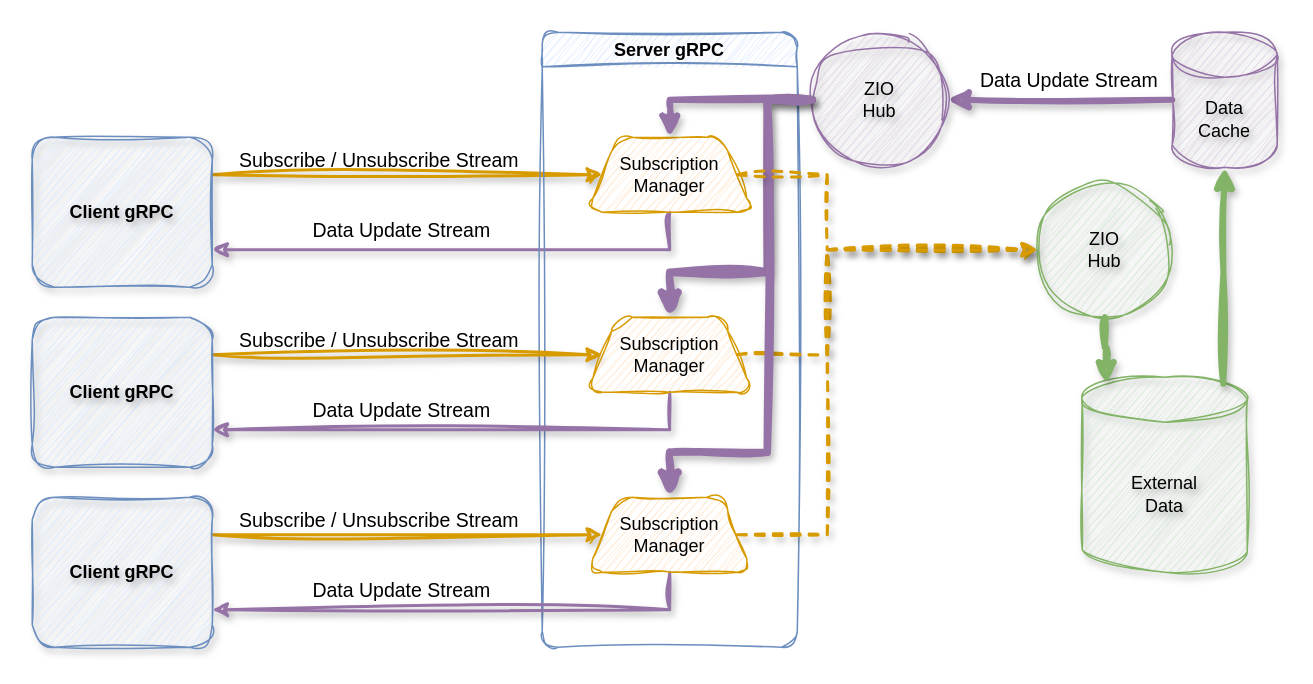
This is assets/images/2024/04/realtime_database.drawio from stevenrskelton/stevenrskelton.github.io, a draw.io file, before an edit. Source tidied: cells renumbered, new cells numbered last; positions are measured from the earlier drawing's top-left corner, leaving out a move shared by most shapes. Both pictures are drawn from the tidied source at 150%, with x=0, y=0 at pixel (32, 32).
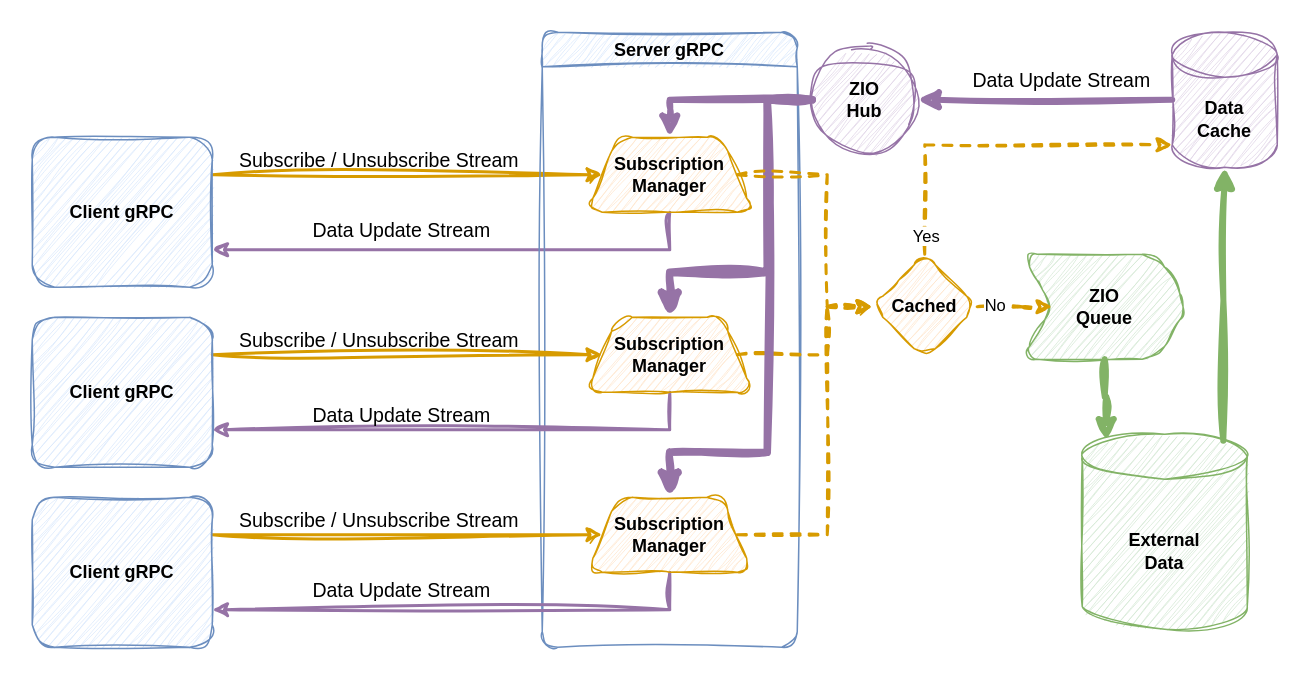
The same diagram, later.

The change refers to these unchanged cells:
```xml
<mxCell id="7" value="Server gRPC" style="swimlane;whiteSpace=wrap;html=1;rounded=1;sketch=1;curveFitting=1;jiggle=2;fillColor=#dae8fc;strokeColor=#6c8ebf;" parent="1" vertex="1">
  <mxGeometry x="340" width="170" height="410" as="geometry" />
</mxCell>
```

What changed in the source:
```diff
@@
-    <mxCell id="2" style="edgeStyle=orthogonalEdgeStyle;rounded=0;jettySize=auto;html=1;exitX=1;exitY=0.25;exitDx=0;exitDy=0;shadow=1;textShadow=1;sketch=1;curveFitting=1;jiggle=2;flowAnimation=0;fillColor=#ffe6cc;strokeColor=#d79b00;strokeWidth=2;entryX=0;entryY=0.5;entryDx=0;entryDy=0;" parent="1" edge="1" source="4" target="8">
+    <mxCell id="2" style="edgeStyle=orthogonalEdgeStyle;rounded=0;jettySize=auto;html=1;exitX=1;exitY=0.25;exitDx=0;exitDy=0;shadow=0;textShadow=0;sketch=1;curveFitting=1;jiggle=2;flowAnimation=0;fillColor=#ffe6cc;strokeColor=#d79b00;strokeWidth=2;entryX=0;entryY=0.5;entryDx=0;entryDy=0;" parent="1" edge="1" source="4" target="8">
       <mxGeometry relative="1" as="geometry" />
     </mxCell>
@@
-    <mxCell id="4" value="Client gRPC" style="rounded=1;whiteSpace=wrap;html=1;sketch=1;curveFitting=1;jiggle=2;shadow=1;textShadow=1;glass=0;fillColor=#dae8fc;strokeColor=#6c8ebf;fontStyle=1;" parent="1" vertex="1">
+    <mxCell id="4" value="Client gRPC" style="rounded=1;whiteSpace=wrap;html=1;sketch=1;curveFitting=1;jiggle=2;shadow=0;textShadow=0;glass=0;fillColor=#dae8fc;strokeColor=#6c8ebf;fontStyle=1;" parent="1" vertex="1">
       <mxGeometry y="70" width="120" height="100" as="geometry" />
     </mxCell>
-    <mxCell id="5" style="edgeStyle=orthogonalEdgeStyle;rounded=0;jettySize=auto;html=1;entryX=1;entryY=0.75;entryDx=0;entryDy=0;shadow=1;textShadow=1;sketch=1;curveFitting=1;jiggle=2;fillColor=#e1d5e7;strokeColor=#9673a6;strokeWidth=2;exitX=0.5;exitY=1;exitDx=0;exitDy=0;" parent="1" edge="1" source="8" target="4">
+    <mxCell id="5" style="edgeStyle=orthogonalEdgeStyle;rounded=0;jettySize=auto;html=1;entryX=1;entryY=0.75;entryDx=0;entryDy=0;shadow=0;textShadow=0;sketch=1;curveFitting=1;jiggle=2;fillColor=#e1d5e7;strokeColor=#9673a6;strokeWidth=2;exitX=0.5;exitY=1;exitDx=0;exitDy=0;" parent="1" edge="1" source="8" target="4">
       <mxGeometry relative="1" as="geometry" />
     </mxCell>
@@
-    <mxCell id="8" value="Subscription&lt;br&gt;Manager" style="shape=trapezoid;perimeter=trapezoidPerimeter;whiteSpace=wrap;html=1;fixedSize=1;fillColor=#ffe6cc;strokeColor=#d79b00;rounded=1;sketch=1;curveFitting=1;jiggle=2;" parent="7" vertex="1">
+    <mxCell id="8" value="Subscription&lt;br&gt;Manager" style="shape=trapezoid;perimeter=trapezoidPerimeter;whiteSpace=wrap;html=1;fixedSize=1;fillColor=#ffe6cc;strokeColor=#d79b00;rounded=1;sketch=1;curveFitting=1;jiggle=2;shadow=0;textShadow=0;fontStyle=1;" parent="7" vertex="1">
       <mxGeometry x="30" y="70" width="110" height="50" as="geometry" />
     </mxCell>
-    <mxCell id="9" style="edgeStyle=orthogonalEdgeStyle;rounded=0;jettySize=auto;html=1;exitX=0;exitY=0.5;exitDx=0;exitDy=0;exitPerimeter=0;entryX=1;entryY=0.5;entryDx=0;entryDy=0;sketch=1;curveFitting=1;jiggle=2;shadow=1;textShadow=1;fillColor=#e1d5e7;strokeColor=#9673a6;strokeWidth=4;" parent="1" edge="1" source="11" target="13">
+    <mxCell id="9" style="edgeStyle=orthogonalEdgeStyle;rounded=0;jettySize=auto;html=1;exitX=0;exitY=0.5;exitDx=0;exitDy=0;exitPerimeter=0;entryX=1;entryY=0.5;entryDx=0;entryDy=0;sketch=1;curveFitting=1;jiggle=2;shadow=0;textShadow=0;fillColor=#e1d5e7;strokeColor=#9673a6;strokeWidth=4;" parent="1" edge="1" source="11" target="13">
       <mxGeometry relative="1" as="geometry" />
     </mxCell>
@@
-    <mxCell id="11" value="Data&lt;br&gt;Cache" style="shape=cylinder3;whiteSpace=wrap;html=1;boundedLbl=1;backgroundOutline=1;size=15;fillColor=#e1d5e7;strokeColor=#9673a6;sketch=1;curveFitting=1;jiggle=2;shadow=1;textShadow=1;" parent="1" vertex="1">
+    <mxCell id="11" value="Data&lt;br&gt;Cache" style="shape=cylinder3;whiteSpace=wrap;html=1;boundedLbl=1;backgroundOutline=1;size=15;fillColor=#e1d5e7;strokeColor=#9673a6;sketch=1;curveFitting=1;jiggle=2;shadow=0;textShadow=0;fontStyle=1;" parent="1" vertex="1">
       <mxGeometry x="760" width="70" height="90" as="geometry" />
     </mxCell>
-    <mxCell id="12" style="edgeStyle=orthogonalEdgeStyle;rounded=0;jettySize=auto;html=1;exitX=0;exitY=0.5;exitDx=0;exitDy=0;entryX=0.5;entryY=0;entryDx=0;entryDy=0;fillColor=#e1d5e7;strokeColor=#9673a6;sketch=1;curveFitting=1;jiggle=2;shadow=1;textShadow=1;strokeWidth=5;" parent="1" edge="1" source="13" target="21">
+    <mxCell id="12" style="edgeStyle=orthogonalEdgeStyle;rounded=0;jettySize=auto;html=1;exitX=0;exitY=0.5;exitDx=0;exitDy=0;entryX=0.5;entryY=0;entryDx=0;entryDy=0;fillColor=#e1d5e7;strokeColor=#9673a6;sketch=1;curveFitting=1;jiggle=2;shadow=0;textShadow=0;strokeWidth=5;" parent="1" edge="1" source="13" target="21">
       <mxGeometry relative="1" as="geometry">
         <Array as="points">
           <mxPoint x="490" y="45" />
           <mxPoint x="490" y="160" />
           <mxPoint x="425" y="160" />
         </Array>
       </mxGeometry>
     </mxCell>
-    <mxCell id="13" value="ZIO&lt;br&gt;Hub" style="ellipse;whiteSpace=wrap;html=1;sketch=1;curveFitting=1;jiggle=2;shadow=1;textShadow=1;fillColor=#e1d5e7;strokeColor=#9673a6;" parent="1" vertex="1">
-      <mxGeometry x="520" width="90" height="90" as="geometry" />
+    <mxCell id="13" value="ZIO&lt;br&gt;Hub" style="ellipse;whiteSpace=wrap;html=1;sketch=1;curveFitting=1;jiggle=2;shadow=0;textShadow=0;fillColor=#e1d5e7;strokeColor=#9673a6;fontStyle=1;" parent="1" vertex="1">
+      <mxGeometry x="520" y="10" width="70" height="70" as="geometry" />
     </mxCell>
-    <mxCell id="14" style="rounded=0;jettySize=auto;html=1;exitX=0;exitY=0.5;exitDx=0;exitDy=0;sketch=1;curveFitting=1;jiggle=2;shadow=1;textShadow=1;fillColor=#e1d5e7;strokeColor=#9673a6;entryX=0.5;entryY=0;entryDx=0;entryDy=0;strokeWidth=4;edgeStyle=orthogonalEdgeStyle;" parent="1" edge="1" source="13" target="8">
+    <mxCell id="14" style="rounded=0;jettySize=auto;html=1;exitX=0;exitY=0.5;exitDx=0;exitDy=0;sketch=1;curveFitting=1;jiggle=2;shadow=0;textShadow=0;fillColor=#e1d5e7;strokeColor=#9673a6;entryX=0.5;entryY=0;entryDx=0;entryDy=0;strokeWidth=4;edgeStyle=orthogonalEdgeStyle;" parent="1" edge="1" source="13" target="8">
       <mxGeometry relative="1" as="geometry" />
     </mxCell>
-    <mxCell id="15" style="edgeStyle=orthogonalEdgeStyle;rounded=0;jettySize=auto;html=1;exitX=1;exitY=0.25;exitDx=0;exitDy=0;shadow=1;textShadow=1;sketch=1;curveFitting=1;jiggle=2;flowAnimation=0;fillColor=#ffe6cc;strokeColor=#d79b00;strokeWidth=2;entryX=0;entryY=0.5;entryDx=0;entryDy=0;" parent="1" edge="1" source="17" target="21">
+    <mxCell id="15" style="edgeStyle=orthogonalEdgeStyle;rounded=0;jettySize=auto;html=1;exitX=1;exitY=0.25;exitDx=0;exitDy=0;shadow=0;textShadow=0;sketch=1;curveFitting=1;jiggle=2;flowAnimation=0;fillColor=#ffe6cc;strokeColor=#d79b00;strokeWidth=2;entryX=0;entryY=0.5;entryDx=0;entryDy=0;" parent="1" edge="1" source="17" target="21">
       <mxGeometry relative="1" as="geometry" />
     </mxCell>
@@
-    <mxCell id="17" value="Client gRPC" style="rounded=1;whiteSpace=wrap;html=1;sketch=1;curveFitting=1;jiggle=2;shadow=1;textShadow=1;glass=0;fillColor=#dae8fc;strokeColor=#6c8ebf;fontStyle=1;" parent="1" vertex="1">
+    <mxCell id="17" value="Client gRPC" style="rounded=1;whiteSpace=wrap;html=1;sketch=1;curveFitting=1;jiggle=2;shadow=0;textShadow=0;glass=0;fillColor=#dae8fc;strokeColor=#6c8ebf;fontStyle=1;" parent="1" vertex="1">
       <mxGeometry y="190" width="120" height="100" as="geometry" />
     </mxCell>
-    <mxCell id="18" style="edgeStyle=orthogonalEdgeStyle;rounded=0;jettySize=auto;html=1;entryX=1;entryY=0.75;entryDx=0;entryDy=0;shadow=1;textShadow=1;sketch=1;curveFitting=1;jiggle=2;fillColor=#e1d5e7;strokeColor=#9673a6;strokeWidth=2;exitX=0.5;exitY=1;exitDx=0;exitDy=0;" parent="1" edge="1" source="21" target="17">
+    <mxCell id="18" style="edgeStyle=orthogonalEdgeStyle;rounded=0;jettySize=auto;html=1;entryX=1;entryY=0.75;entryDx=0;entryDy=0;shadow=0;textShadow=0;sketch=1;curveFitting=1;jiggle=2;fillColor=#e1d5e7;strokeColor=#9673a6;strokeWidth=2;exitX=0.5;exitY=1;exitDx=0;exitDy=0;" parent="1" edge="1" source="21" target="17">
       <mxGeometry relative="1" as="geometry" />
     </mxCell>
-    <mxCell id="19" value="&lt;div style=&quot;font-size: 13px;&quot;&gt;Data Update Stream&lt;/div&gt;" style="edgeLabel;html=1;align=center;verticalAlign=middle;labelBackgroundColor=none;fontSize=13;spacingTop=3;" parent="18" vertex="1">
+    <mxCell id="19" value="&lt;div style=&quot;font-size: 13px;&quot;&gt;Data Update Stream&lt;/div&gt;" style="edgeLabel;html=1;align=center;verticalAlign=middle;labelBackgroundColor=none;fontSize=13;spacingTop=9;" parent="18" vertex="1">
       <mxGeometry x="0.07" y="2" relative="1" as="geometry">
         <mxPoint x="-28" y="-17" as="offset" />
       </mxGeometry>
     </mxCell>
-    <mxCell id="20" style="edgeStyle=orthogonalEdgeStyle;rounded=0;jettySize=auto;html=1;exitX=1;exitY=0.5;exitDx=0;exitDy=0;entryX=0;entryY=0.5;entryDx=0;entryDy=0;dashed=1;strokeWidth=2;fillColor=#ffe6cc;strokeColor=#d79b00;sketch=1;curveFitting=1;jiggle=2;shadow=1;textShadow=1;" parent="1" edge="1" source="21" target="31">
+    <mxCell id="20" style="edgeStyle=orthogonalEdgeStyle;rounded=0;jettySize=auto;html=1;exitX=1;exitY=0.5;exitDx=0;exitDy=0;entryX=0;entryY=0.5;entryDx=0;entryDy=0;dashed=1;strokeWidth=2;fillColor=#ffe6cc;strokeColor=#d79b00;sketch=1;curveFitting=1;jiggle=2;shadow=0;textShadow=0;" parent="1" edge="1" source="21" target="36">
       <mxGeometry relative="1" as="geometry">
         <Array as="points">
           <mxPoint x="530" y="215" />
-          <mxPoint x="530" y="145" />
+          <mxPoint x="530" y="183" />
         </Array>
       </mxGeometry>
     </mxCell>
-    <mxCell id="21" value="Subscription&lt;br&gt;Manager" style="shape=trapezoid;perimeter=trapezoidPerimeter;whiteSpace=wrap;html=1;fixedSize=1;fillColor=#ffe6cc;strokeColor=#d79b00;rounded=1;sketch=1;curveFitting=1;jiggle=2;" parent="1" vertex="1">
+    <mxCell id="21" value="Subscription&lt;br&gt;Manager" style="shape=trapezoid;perimeter=trapezoidPerimeter;whiteSpace=wrap;html=1;fixedSize=1;fillColor=#ffe6cc;strokeColor=#d79b00;rounded=1;sketch=1;curveFitting=1;jiggle=2;fontStyle=1;" parent="1" vertex="1">
       <mxGeometry x="370" y="190" width="110" height="50" as="geometry" />
     </mxCell>
-    <mxCell id="22" style="edgeStyle=orthogonalEdgeStyle;rounded=0;jettySize=auto;html=1;exitX=1;exitY=0.25;exitDx=0;exitDy=0;shadow=1;textShadow=1;sketch=1;curveFitting=1;jiggle=2;flowAnimation=0;fillColor=#ffe6cc;strokeColor=#d79b00;strokeWidth=2;entryX=0;entryY=0.5;entryDx=0;entryDy=0;" parent="1" edge="1" source="24" target="28">
+    <mxCell id="22" style="edgeStyle=orthogonalEdgeStyle;rounded=0;jettySize=auto;html=1;exitX=1;exitY=0.25;exitDx=0;exitDy=0;shadow=0;textShadow=0;sketch=1;curveFitting=1;jiggle=2;flowAnimation=0;fillColor=#ffe6cc;strokeColor=#d79b00;strokeWidth=2;entryX=0;entryY=0.5;entryDx=0;entryDy=0;" parent="1" edge="1" source="24" target="28">
       <mxGeometry relative="1" as="geometry" />
     </mxCell>
@@
-    <mxCell id="24" value="Client gRPC" style="rounded=1;whiteSpace=wrap;html=1;sketch=1;curveFitting=1;jiggle=2;shadow=1;textShadow=1;glass=0;fillColor=#dae8fc;strokeColor=#6c8ebf;fontStyle=1;" parent="1" vertex="1">
+    <mxCell id="24" value="Client gRPC" style="rounded=1;whiteSpace=wrap;html=1;sketch=1;curveFitting=1;jiggle=2;shadow=0;textShadow=0;glass=0;fillColor=#dae8fc;strokeColor=#6c8ebf;fontStyle=1;" parent="1" vertex="1">
       <mxGeometry y="310" width="120" height="100" as="geometry" />
     </mxCell>
-    <mxCell id="25" style="edgeStyle=orthogonalEdgeStyle;rounded=0;jettySize=auto;html=1;entryX=1;entryY=0.75;entryDx=0;entryDy=0;shadow=1;textShadow=1;sketch=1;curveFitting=1;jiggle=2;fillColor=#e1d5e7;strokeColor=#9673a6;strokeWidth=2;exitX=0.5;exitY=1;exitDx=0;exitDy=0;" parent="1" edge="1" source="28" target="24">
+    <mxCell id="25" style="edgeStyle=orthogonalEdgeStyle;rounded=0;jettySize=auto;html=1;entryX=1;entryY=0.75;entryDx=0;entryDy=0;shadow=0;textShadow=0;sketch=1;curveFitting=1;jiggle=2;fillColor=#e1d5e7;strokeColor=#9673a6;strokeWidth=2;exitX=0.5;exitY=1;exitDx=0;exitDy=0;" parent="1" edge="1" source="28" target="24">
       <mxGeometry relative="1" as="geometry" />
     </mxCell>
@@
-    <mxCell id="27" style="edgeStyle=orthogonalEdgeStyle;rounded=0;jettySize=auto;html=1;exitX=1;exitY=0.5;exitDx=0;exitDy=0;entryX=0;entryY=0.5;entryDx=0;entryDy=0;fillColor=#ffe6cc;strokeColor=#d79b00;dashed=1;strokeWidth=2;sketch=1;curveFitting=1;jiggle=2;shadow=1;textShadow=1;" parent="1" edge="1" source="28" target="31">
+    <mxCell id="27" style="edgeStyle=orthogonalEdgeStyle;rounded=0;jettySize=auto;html=1;exitX=1;exitY=0.5;exitDx=0;exitDy=0;entryX=0;entryY=0.5;entryDx=0;entryDy=0;fillColor=#ffe6cc;strokeColor=#d79b00;dashed=1;strokeWidth=2;sketch=1;curveFitting=1;jiggle=2;shadow=0;textShadow=0;" parent="1" edge="1" source="28" target="36">
       <mxGeometry relative="1" as="geometry">
         <Array as="points">
           <mxPoint x="530" y="335" />
-          <mxPoint x="530" y="145" />
+          <mxPoint x="530" y="183" />
         </Array>
       </mxGeometry>
     </mxCell>
-    <mxCell id="28" value="Subscription&lt;br&gt;Manager" style="shape=trapezoid;perimeter=trapezoidPerimeter;whiteSpace=wrap;html=1;fixedSize=1;fillColor=#ffe6cc;strokeColor=#d79b00;rounded=1;sketch=1;curveFitting=1;jiggle=2;" parent="1" vertex="1">
+    <mxCell id="28" value="Subscription&lt;br&gt;Manager" style="shape=trapezoid;perimeter=trapezoidPerimeter;whiteSpace=wrap;html=1;fixedSize=1;fillColor=#ffe6cc;strokeColor=#d79b00;rounded=1;sketch=1;curveFitting=1;jiggle=2;fontStyle=1;" parent="1" vertex="1">
       <mxGeometry x="370" y="310" width="110" height="50" as="geometry" />
     </mxCell>
-    <mxCell id="29" style="edgeStyle=orthogonalEdgeStyle;rounded=0;jettySize=auto;html=1;exitX=0;exitY=0.5;exitDx=0;exitDy=0;entryX=0.5;entryY=0;entryDx=0;entryDy=0;fillColor=#e1d5e7;strokeColor=#9673a6;sketch=1;curveFitting=1;jiggle=2;shadow=1;textShadow=1;strokeWidth=5;" parent="1" edge="1" source="13" target="28">
+    <mxCell id="29" style="edgeStyle=orthogonalEdgeStyle;rounded=0;jettySize=auto;html=1;exitX=0;exitY=0.5;exitDx=0;exitDy=0;entryX=0.5;entryY=0;entryDx=0;entryDy=0;fillColor=#e1d5e7;strokeColor=#9673a6;sketch=1;curveFitting=1;jiggle=2;shadow=0;textShadow=0;strokeWidth=5;" parent="1" edge="1" source="13" target="28">
       <mxGeometry relative="1" as="geometry">
         <Array as="points">
           <mxPoint x="490" y="45" />
           <mxPoint x="490" y="280" />
           <mxPoint x="425" y="280" />
         </Array>
       </mxGeometry>
     </mxCell>
-    <mxCell id="30" value="External&lt;br&gt;Data" style="shape=cylinder3;whiteSpace=wrap;html=1;boundedLbl=1;backgroundOutline=1;size=15;fillColor=#d5e8d4;strokeColor=#82b366;sketch=1;curveFitting=1;jiggle=2;shadow=1;textShadow=1;" parent="1" vertex="1">
-      <mxGeometry x="700" y="230" width="110" height="130" as="geometry" />
+    <mxCell id="30" value="External&lt;br&gt;Data" style="shape=cylinder3;whiteSpace=wrap;html=1;boundedLbl=1;backgroundOutline=1;size=15;fillColor=#d5e8d4;strokeColor=#82b366;sketch=1;curveFitting=1;jiggle=2;shadow=0;textShadow=0;fontStyle=1;" parent="1" vertex="1">
+      <mxGeometry x="700" y="268" width="110" height="130" as="geometry" />
     </mxCell>
-    <mxCell id="31" value="ZIO&lt;br&gt;Hub" style="ellipse;whiteSpace=wrap;html=1;fillColor=#d5e8d4;strokeColor=#82b366;sketch=1;curveFitting=1;jiggle=2;shadow=1;textShadow=1;" parent="1" vertex="1">
-      <mxGeometry x="670" y="100" width="90" height="90" as="geometry" />
-    </mxCell>
-    <mxCell id="32" style="edgeStyle=orthogonalEdgeStyle;rounded=0;jettySize=auto;html=1;exitX=0.855;exitY=0;exitDx=0;exitDy=4.35;exitPerimeter=0;entryX=0.5;entryY=1;entryDx=0;entryDy=0;entryPerimeter=0;fillColor=#d5e8d4;strokeColor=#82b366;sketch=1;curveFitting=1;jiggle=2;shadow=1;textShadow=1;strokeWidth=4;" parent="1" edge="1" source="30" target="11">
+    <mxCell id="32" style="edgeStyle=orthogonalEdgeStyle;rounded=0;jettySize=auto;html=1;exitX=0.855;exitY=0;exitDx=0;exitDy=4.35;exitPerimeter=0;entryX=0.5;entryY=1;entryDx=0;entryDy=0;entryPerimeter=0;fillColor=#d5e8d4;strokeColor=#82b366;sketch=1;curveFitting=1;jiggle=2;shadow=0;textShadow=0;strokeWidth=4;" parent="1" edge="1" source="30" target="11">
       <mxGeometry relative="1" as="geometry" />
     </mxCell>
-    <mxCell id="33" style="edgeStyle=orthogonalEdgeStyle;rounded=0;jettySize=auto;html=1;entryX=0.145;entryY=0;entryDx=0;entryDy=4.35;entryPerimeter=0;fillColor=#d5e8d4;strokeColor=#82b366;sketch=1;curveFitting=1;jiggle=2;shadow=1;textShadow=1;strokeWidth=4;" parent="1" edge="1" source="31" target="30">
+    <mxCell id="33" style="edgeStyle=orthogonalEdgeStyle;rounded=0;jettySize=auto;html=1;entryX=0.145;entryY=0;entryDx=0;entryDy=4.35;entryPerimeter=0;fillColor=#d5e8d4;strokeColor=#82b366;sketch=1;curveFitting=1;jiggle=2;shadow=0;textShadow=0;strokeWidth=4;exitX=0.5;exitY=1;exitDx=0;exitDy=0;" parent="1" edge="1" source="35" target="30">
       <mxGeometry relative="1" as="geometry" />
     </mxCell>
-    <mxCell id="34" style="edgeStyle=orthogonalEdgeStyle;rounded=0;jettySize=auto;html=1;exitX=1;exitY=0.5;exitDx=0;exitDy=0;entryX=0;entryY=0.5;entryDx=0;entryDy=0;sketch=1;curveFitting=1;jiggle=2;shadow=1;textShadow=1;dashed=1;fillColor=#ffe6cc;strokeColor=#d79b00;strokeWidth=2;" parent="1" edge="1" source="8" target="31">
+    <mxCell id="34" style="edgeStyle=orthogonalEdgeStyle;rounded=0;jettySize=auto;html=1;exitX=1;exitY=0.5;exitDx=0;exitDy=0;entryX=0;entryY=0.5;entryDx=0;entryDy=0;sketch=1;curveFitting=1;jiggle=2;shadow=0;textShadow=0;dashed=1;fillColor=#ffe6cc;strokeColor=#d79b00;strokeWidth=2;" parent="1" edge="1" source="8" target="36">
       <mxGeometry relative="1" as="geometry">
         <Array as="points">
           <mxPoint x="530" y="95" />
-          <mxPoint x="530" y="145" />
+          <mxPoint x="530" y="183" />
         </Array>
       </mxGeometry>
     </mxCell>
+    <mxCell id="35" value="ZIO&lt;br&gt;Queue" style="shape=step;perimeter=stepPerimeter;whiteSpace=wrap;html=1;fixedSize=1;rounded=1;sketch=1;curveFitting=1;jiggle=2;fillColor=#d5e8d4;strokeColor=#82b366;shadow=0;textShadow=0;fontStyle=1;" parent="1" vertex="1">
+      <mxGeometry x="660" y="148" width="110" height="70" as="geometry" />
+    </mxCell>
+    <mxCell id="36" value="Cached" style="rhombus;whiteSpace=wrap;html=1;fillColor=#ffe6cc;strokeColor=#d79b00;rounded=1;sketch=1;curveFitting=1;jiggle=2;shadow=0;textShadow=0;fontStyle=1;" parent="1" vertex="1">
+      <mxGeometry x="560" y="148" width="70" height="70" as="geometry" />
+    </mxCell>
+    <mxCell id="37" style="edgeStyle=orthogonalEdgeStyle;rounded=0;jettySize=auto;html=1;sketch=1;curveFitting=1;jiggle=2;shadow=0;textShadow=0;dashed=1;fillColor=#ffe6cc;strokeColor=#d79b00;strokeWidth=2;entryX=0;entryY=0.5;entryDx=0;entryDy=0;exitX=1;exitY=0.5;exitDx=0;exitDy=0;" parent="1" edge="1" source="36" target="35">
+      <mxGeometry relative="1" as="geometry">
+        <Array as="points">
+          <mxPoint x="660" y="183" />
+          <mxPoint x="660" y="183" />
+        </Array>
+      </mxGeometry>
+    </mxCell>
+    <mxCell id="38" value="No" style="edgeLabel;html=1;align=center;verticalAlign=middle;labelBackgroundColor=default;spacing=2;spacingTop=7;spacingLeft=-11;" parent="37" vertex="1">
+      <mxGeometry x="-0.32" relative="1" as="geometry">
+        <mxPoint y="-5" as="offset" />
+      </mxGeometry>
+    </mxCell>
+    <mxCell id="39" style="edgeStyle=orthogonalEdgeStyle;rounded=0;jettySize=auto;html=1;sketch=1;curveFitting=1;jiggle=2;shadow=0;textShadow=0;dashed=1;fillColor=#ffe6cc;strokeColor=#d79b00;strokeWidth=2;entryX=0;entryY=1;entryDx=0;entryDy=-15;exitX=0.5;exitY=0;exitDx=0;exitDy=0;entryPerimeter=0;" parent="1" edge="1" source="36" target="11">
+      <mxGeometry relative="1" as="geometry">
+        <Array as="points">
+          <mxPoint x="595" y="75" />
+        </Array>
+      </mxGeometry>
+    </mxCell>
+    <mxCell id="40" value="Yes" style="edgeLabel;html=1;align=center;verticalAlign=middle;spacingTop=12;" parent="39" vertex="1">
+      <mxGeometry x="-0.84" relative="1" as="geometry" />
+    </mxCell>
```
